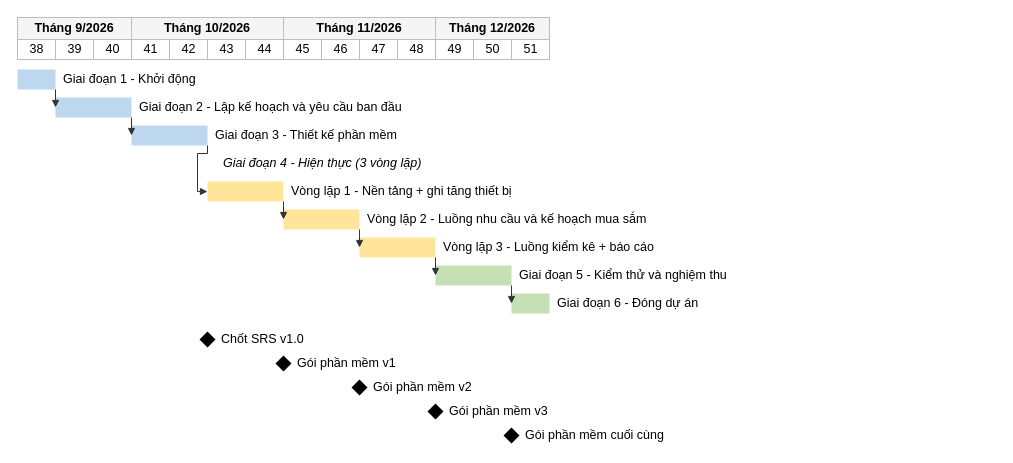
Before: docs/VN/diagram/Report 2/Tien do du an/Tien do du an.drawio in LuuDong2004/SEP490_G123_SFEMS, a draw.io diagram. Source tidied: cells renumbered, new cells numbered last; positions are measured from the earlier drawing's top-left corner, leaving out a move shared by most shapes. Both pictures are drawn from the tidied source at 100%, with x=0, y=0 at pixel (17, 17).
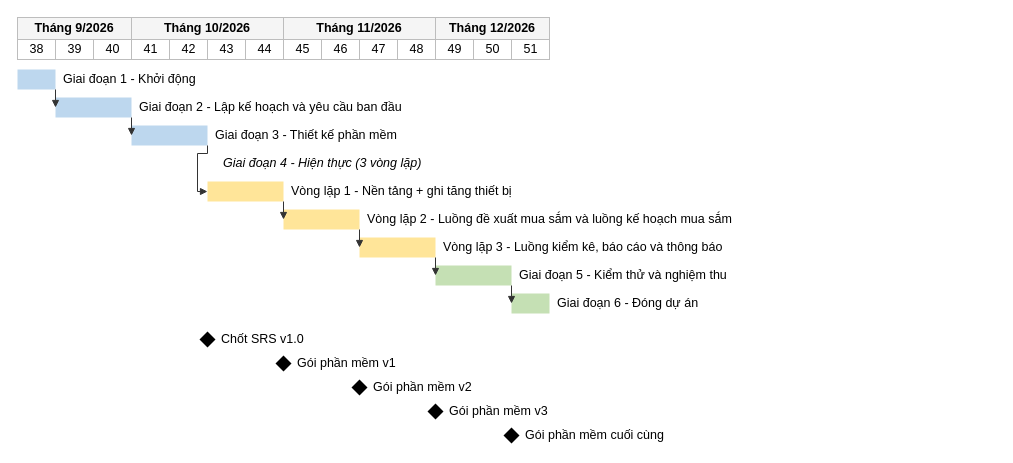
Above is the later version.

What changed in the source:
```diff
@@
-    <mxCell id="32" value="Vòng lặp 2 - Luồng nhu cầu và kế hoạch mua sắm" style="text;align=left;verticalAlign=middle;spacingLeft=0;fontFamily=Arial;fontSize=12.5;html=1;" parent="1" vertex="1">
+    <mxCell id="32" value="Vòng lặp 2 - Luồng đề xuất mua sắm và luồng kế hoạch mua sắm" style="text;align=left;verticalAlign=middle;spacingLeft=0;fontFamily=Arial;fontSize=12.5;html=1;" parent="1" vertex="1">
       <mxGeometry x="348" y="192" width="440" height="20" as="geometry" />
     </mxCell>
@@
-    <mxCell id="35" value="Vòng lặp 3 - Luồng kiểm kê + báo cáo" style="text;align=left;verticalAlign=middle;spacingLeft=0;fontFamily=Arial;fontSize=12.5;html=1;" parent="1" vertex="1">
+    <mxCell id="35" value="Vòng lặp 3 - Luồng kiểm kê, báo cáo và thông báo" style="text;align=left;verticalAlign=middle;spacingLeft=0;fontFamily=Arial;fontSize=12.5;html=1;" parent="1" vertex="1">
       <mxGeometry x="424" y="220" width="440" height="20" as="geometry" />
     </mxCell>
```
